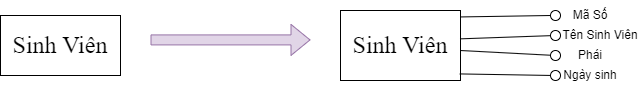
Earlier version of the draw.io export Luật thứ sáu(trên xuống).png (datnham0212/learning). Source tidied: cells renumbered, new cells last; positions are measured from the earlier drawing's top-left corner, leaving out a move shared by most shapes. The source it was exported from:
```xml
<mxGraphModel>
  <root>
    <mxCell id="0" />
    <mxCell id="1" parent="0" />
    <mxCell id="2" value="&lt;font style=&quot;font-size: 24px;&quot;&gt;Sinh Viên&lt;/font&gt;" style="rounded=0;whiteSpace=wrap;html=1;fontFamily=Times New Roman;fontSize=24;" parent="1" vertex="1">
      <mxGeometry y="15" width="120" height="60" as="geometry" />
    </mxCell>
    <mxCell id="3" style="shape=flexArrow;endArrow=classic;html=1;rounded=0;fontFamily=Times New Roman;fontSize=24;fillColor=#e1d5e7;strokeColor=#9673a6;" parent="1" edge="1">
      <mxGeometry relative="1" as="geometry">
        <mxPoint x="150" y="39.4" as="sourcePoint" />
        <mxPoint x="310" y="39.4" as="targetPoint" />
      </mxGeometry>
    </mxCell>
    <mxCell id="4" style="edgeStyle=orthogonalEdgeStyle;rounded=0;orthogonalLoop=1;jettySize=auto;html=1;exitX=0.5;exitY=1;exitDx=0;exitDy=0;" parent="1" edge="1">
      <mxGeometry relative="1" as="geometry">
        <mxPoint x="15" y="80" as="sourcePoint" />
        <mxPoint x="15" y="80" as="targetPoint" />
      </mxGeometry>
    </mxCell>
    <mxCell id="5" value="Sinh Viên" style="rounded=0;whiteSpace=wrap;html=1;fontFamily=Times New Roman;fontSize=24;" parent="1" vertex="1">
      <mxGeometry x="340" y="10" width="120" height="70" as="geometry" />
    </mxCell>
    <mxCell id="6" style="endArrow=none;html=1;rounded=0;entryX=0;entryY=0.5;entryDx=0;entryDy=0;exitX=0.999;exitY=0.092;exitDx=0;exitDy=0;exitPerimeter=0;" parent="1" edge="1" source="5" target="7">
      <mxGeometry relative="1" as="geometry" />
    </mxCell>
    <mxCell id="7" style="ellipse;whiteSpace=wrap;html=1;" parent="1" vertex="1">
      <mxGeometry x="550" y="10" width="10" height="10" as="geometry" />
    </mxCell>
    <mxCell id="8" style="endArrow=none;html=1;rounded=0;startArrow=none;" parent="1" edge="1" source="12">
      <mxGeometry relative="1" as="geometry">
        <mxPoint x="560" y="55" as="targetPoint" />
      </mxGeometry>
    </mxCell>
    <mxCell id="9" style="endArrow=none;html=1;rounded=0;exitX=0.996;exitY=0.405;exitDx=0;exitDy=0;exitPerimeter=0;" parent="1" edge="1" source="5" target="10">
      <mxGeometry relative="1" as="geometry" />
    </mxCell>
    <mxCell id="10" style="ellipse;whiteSpace=wrap;html=1;" parent="1" vertex="1">
      <mxGeometry x="550" y="30" width="10" height="10" as="geometry" />
    </mxCell>
    <mxCell id="11" style="endArrow=none;html=1;rounded=0;" parent="1" edge="1" target="12">
      <mxGeometry relative="1" as="geometry">
        <mxPoint x="460" y="50" as="sourcePoint" />
      </mxGeometry>
    </mxCell>
    <mxCell id="12" style="ellipse;whiteSpace=wrap;html=1;" parent="1" vertex="1">
      <mxGeometry x="550" y="50" width="10" height="10" as="geometry" />
    </mxCell>
    <mxCell id="13" style="endArrow=none;html=1;rounded=0;exitX=0.994;exitY=0.906;exitDx=0;exitDy=0;exitPerimeter=0;" parent="1" edge="1" source="5" target="14">
      <mxGeometry relative="1" as="geometry" />
    </mxCell>
    <mxCell id="14" style="ellipse;whiteSpace=wrap;html=1;" parent="1" vertex="1">
      <mxGeometry x="550" y="70" width="10" height="10" as="geometry" />
    </mxCell>
    <mxCell id="15" value="Mã Số" style="text;html=1;strokeColor=none;fillColor=none;align=center;verticalAlign=middle;whiteSpace=wrap;rounded=0;" parent="1" vertex="1">
      <mxGeometry x="560" width="60" height="30" as="geometry" />
    </mxCell>
    <mxCell id="16" value="Tên Sinh Viên" style="text;html=1;strokeColor=none;fillColor=none;align=center;verticalAlign=middle;whiteSpace=wrap;rounded=0;" parent="1" vertex="1">
      <mxGeometry x="560" y="20" width="80" height="30" as="geometry" />
    </mxCell>
    <mxCell id="17" value="Phái" style="text;html=1;strokeColor=none;fillColor=none;align=center;verticalAlign=middle;whiteSpace=wrap;rounded=0;" parent="1" vertex="1">
      <mxGeometry x="560" y="40" width="60" height="30" as="geometry" />
    </mxCell>
    <mxCell id="18" value="Ngày sinh" style="text;html=1;strokeColor=none;fillColor=none;align=center;verticalAlign=middle;whiteSpace=wrap;rounded=0;" parent="1" vertex="1">
      <mxGeometry x="560" y="60" width="60" height="30" as="geometry" />
    </mxCell>
  </root>
</mxGraphModel>
```
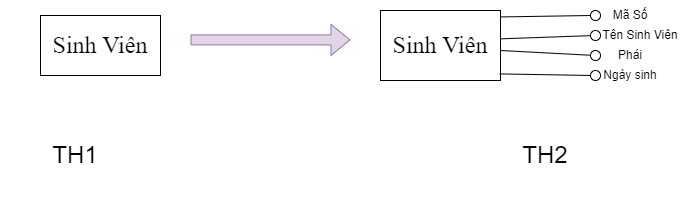
After the change.

Diff of the diagram source:
```diff
@@ -63,5 +63,11 @@
     <mxCell id="18" value="Ngày sinh" style="text;html=1;strokeColor=none;fillColor=none;align=center;verticalAlign=middle;whiteSpace=wrap;rounded=0;" parent="1" vertex="1">
       <mxGeometry x="560" y="60" width="60" height="30" as="geometry" />
     </mxCell>
+    <mxCell id="19" value="&lt;font style=&quot;font-size: 24px;&quot;&gt;TH1&lt;/font&gt;" style="text;html=1;strokeColor=none;fillColor=none;align=center;verticalAlign=middle;whiteSpace=wrap;rounded=0;" parent="1" vertex="1">
+      <mxGeometry x="-40" y="110" width="150" height="90" as="geometry" />
+    </mxCell>
+    <mxCell id="20" value="&lt;font style=&quot;font-size: 24px;&quot;&gt;TH2&lt;/font&gt;" style="text;html=1;strokeColor=none;fillColor=none;align=center;verticalAlign=middle;whiteSpace=wrap;rounded=0;" parent="1" vertex="1">
+      <mxGeometry x="430" y="110" width="150" height="90" as="geometry" />
+    </mxCell>
   </root>
 </mxGraphModel>
```
